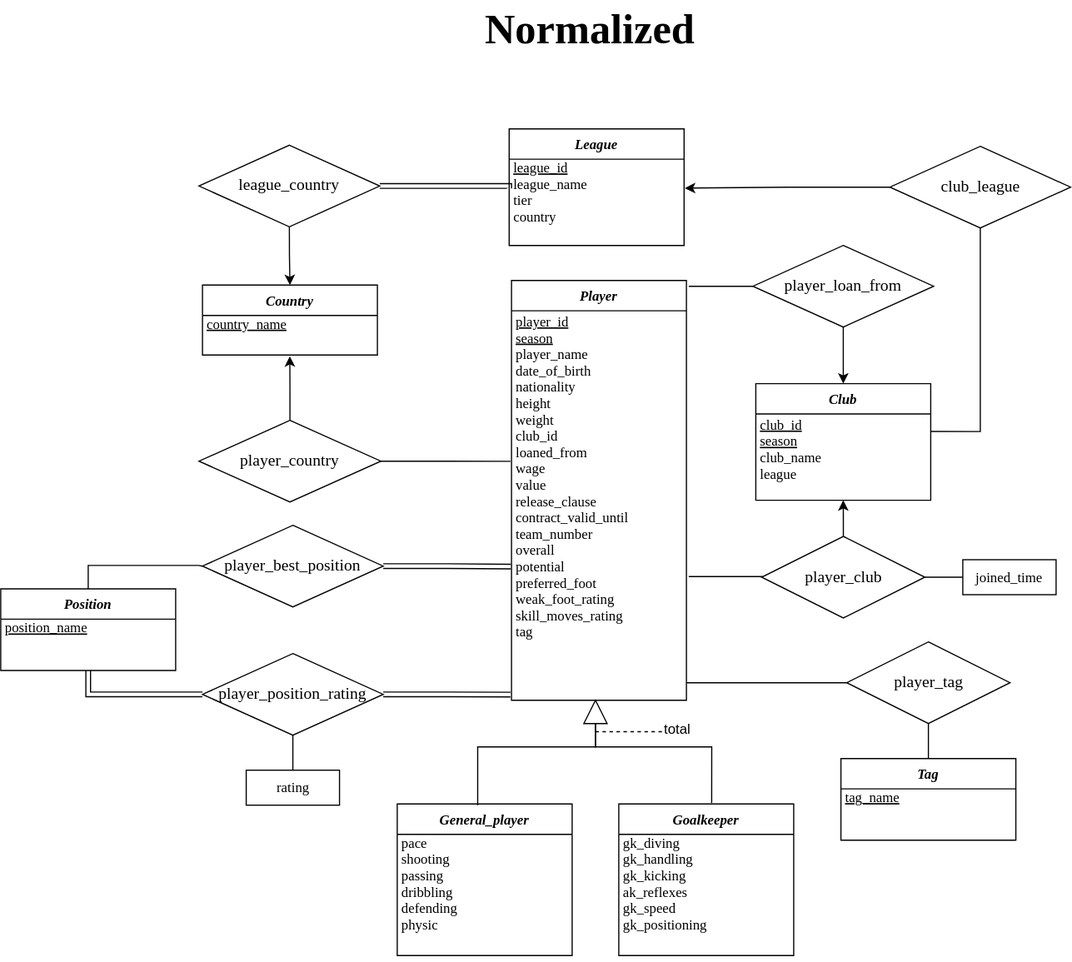
This is ERDs/ERD-normalized.svg from UndertakerW/FIFADB, a draw.io export, as it was before one commit. Source tidied: cells renumbered, new cells last; positions are measured from the earlier drawing's top-left corner, leaving out a move shared by most shapes.
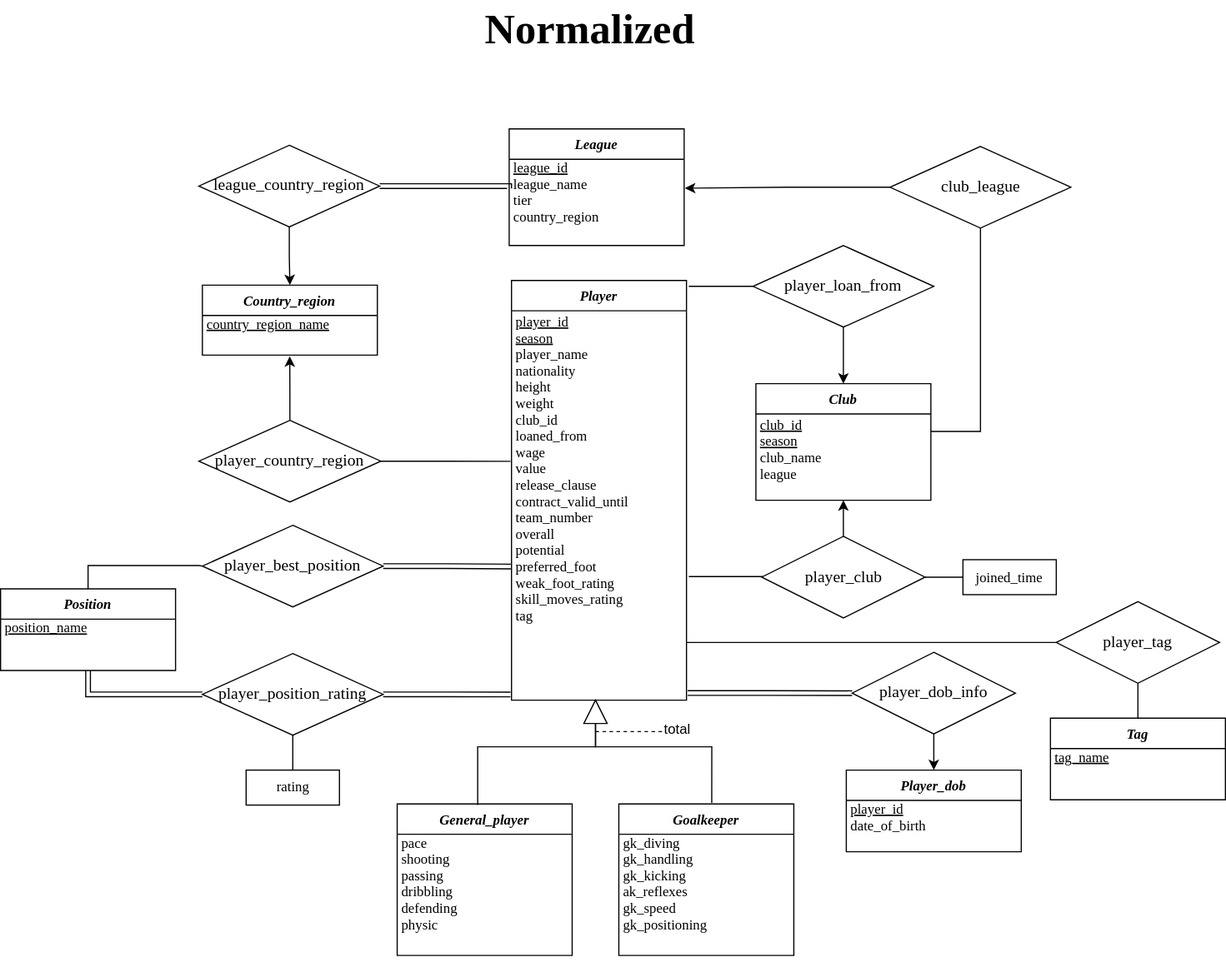
After the commit.

The edit, as a diff of the source:
```diff
@@ -8,7 +8,7 @@
     <mxCell id="3" value="player_id&#10;season" style="text;strokeColor=none;fillColor=none;align=left;verticalAlign=bottom;spacingLeft=4;spacingRight=4;overflow=hidden;fontFamily=Times New Roman;fontStyle=4;spacing=0;spacingTop=0;spacingBottom=-1;fontSize=12;labelBorderColor=none;" parent="2" vertex="1">
       <mxGeometry y="26" width="150" height="30" as="geometry" />
     </mxCell>
-    <mxCell id="4" value="player_name&#10;date_of_birth&#10;nationality&#10;height&#10;weight&#10;club_id&#10;loaned_from&#10;wage&#10;value&#10;release_clause&#10;contract_valid_until&#10;team_number&#10;overall&#10;potential&#10;preferred_foot&#10;weak_foot_rating&#10;skill_moves_rating&#10;tag" style="text;strokeColor=none;fillColor=none;align=left;verticalAlign=top;spacingLeft=4;spacingRight=4;overflow=hidden;points=[[0,0.5],[1,0.5]];portConstraint=eastwest;fontFamily=Times New Roman;fontStyle=0;spacing=0;spacingTop=-4;fontSize=12;labelBorderColor=none;" parent="2" vertex="1">
+    <mxCell id="4" value="player_name&#10;nationality&#10;height&#10;weight&#10;club_id&#10;loaned_from&#10;wage&#10;value&#10;release_clause&#10;contract_valid_until&#10;team_number&#10;overall&#10;potential&#10;preferred_foot&#10;weak_foot_rating&#10;skill_moves_rating&#10;tag" style="text;strokeColor=none;fillColor=none;align=left;verticalAlign=top;spacingLeft=4;spacingRight=4;overflow=hidden;points=[[0,0.5],[1,0.5]];portConstraint=eastwest;fontFamily=Times New Roman;fontStyle=0;spacing=0;spacingTop=-4;fontSize=12;labelBorderColor=none;" parent="2" vertex="1">
       <mxGeometry y="56" width="150" height="304" as="geometry" />
     </mxCell>
     <mxCell id="5" value="Normalized" style="text;html=1;align=center;verticalAlign=middle;strokeColor=none;fontFamily=Times New Roman;fontSize=36;fontStyle=1;" parent="1" vertex="1">
@@ -29,13 +29,13 @@
     <mxCell id="10" value="league_id" style="text;strokeColor=none;fillColor=none;align=left;verticalAlign=bottom;spacingLeft=4;spacingRight=4;overflow=hidden;fontFamily=Times New Roman;fontStyle=4;spacing=0;spacingTop=0;spacingBottom=-1;fontSize=12;labelBorderColor=none;" parent="9" vertex="1">
       <mxGeometry y="26" width="150" height="14" as="geometry" />
     </mxCell>
-    <mxCell id="11" value="league_name&#10;tier&#10;country" style="text;strokeColor=none;fillColor=none;align=left;verticalAlign=top;spacingLeft=4;spacingRight=4;overflow=hidden;points=[[0,0.5],[1,0.5]];portConstraint=eastwest;fontFamily=Times New Roman;fontStyle=0;spacing=0;spacingTop=-4;fontSize=12;labelBorderColor=none;" parent="9" vertex="1">
+    <mxCell id="11" value="league_name&#10;tier&#10;country_region" style="text;strokeColor=none;fillColor=none;align=left;verticalAlign=top;spacingLeft=4;spacingRight=4;overflow=hidden;points=[[0,0.5],[1,0.5]];portConstraint=eastwest;fontFamily=Times New Roman;fontStyle=0;spacing=0;spacingTop=-4;fontSize=12;labelBorderColor=none;" parent="9" vertex="1">
       <mxGeometry y="40" width="150" height="60" as="geometry" />
     </mxCell>
-    <mxCell id="12" value="Country" style="swimlane;fontStyle=3;horizontal=1;startSize=26;fillColor=none;fontFamily=Times New Roman;spacing=0;" parent="1" vertex="1">
+    <mxCell id="12" value="Country_region" style="swimlane;fontStyle=3;horizontal=1;startSize=26;fillColor=none;fontFamily=Times New Roman;spacing=0;" parent="1" vertex="1">
       <mxGeometry x="173" y="244" width="150" height="60" as="geometry" />
     </mxCell>
-    <mxCell id="13" value="country_name" style="text;strokeColor=none;fillColor=none;align=left;verticalAlign=bottom;spacingLeft=4;spacingRight=4;overflow=hidden;fontFamily=Times New Roman;fontStyle=4;spacing=0;spacingTop=0;spacingBottom=-1;fontSize=12;labelBorderColor=none;" parent="12" vertex="1">
+    <mxCell id="13" value="country_region_name" style="text;strokeColor=none;fillColor=none;align=left;verticalAlign=bottom;spacingLeft=4;spacingRight=4;overflow=hidden;fontFamily=Times New Roman;fontStyle=4;spacing=0;spacingTop=0;spacingBottom=-1;fontSize=12;labelBorderColor=none;" parent="12" vertex="1">
       <mxGeometry y="26" width="150" height="14" as="geometry" />
     </mxCell>
     <mxCell id="14" value=" " style="text;strokeColor=none;fillColor=none;align=left;verticalAlign=top;spacingLeft=4;spacingRight=4;overflow=hidden;fontFamily=Times New Roman;fontStyle=0;spacing=0;spacingTop=-4;fontSize=12;labelBorderColor=none;" parent="12" vertex="1">
@@ -66,7 +66,7 @@
       <mxGeometry relative="1" as="geometry" />
     </mxCell>
     <mxCell id="21" value="Tag" style="swimlane;fontStyle=3;horizontal=1;startSize=26;fillColor=none;fontFamily=Times New Roman;spacing=0;" parent="1" vertex="1">
-      <mxGeometry x="720.5" y="650" width="150" height="70" as="geometry" />
+      <mxGeometry x="900" y="615.5" width="150" height="70" as="geometry" />
     </mxCell>
     <mxCell id="22" value="tag_name" style="text;strokeColor=none;fillColor=none;align=left;verticalAlign=bottom;spacingLeft=4;spacingRight=4;overflow=hidden;fontFamily=Times New Roman;fontStyle=4;spacing=0;spacingTop=0;spacingBottom=-1;fontSize=12;labelBorderColor=none;" parent="21" vertex="1">
       <mxGeometry y="26" width="150" height="14" as="geometry" />
@@ -124,7 +124,7 @@
     <mxCell id="36" style="edgeStyle=orthogonalEdgeStyle;rounded=0;jettySize=auto;html=1;exitX=0.5;exitY=1;exitDx=0;exitDy=0;entryX=0.5;entryY=0;entryDx=0;entryDy=0;fontFamily=Times New Roman;fontSize=12;startArrow=none;startFill=0;endArrow=classic;endFill=1;strokeColor=#000000;" parent="1" edge="1" source="37" target="12">
       <mxGeometry relative="1" as="geometry" />
     </mxCell>
-    <mxCell id="37" value="&lt;span style=&quot;font-size: 14px&quot;&gt;league_country&lt;/span&gt;" style="shape=rhombus;perimeter=rhombusPerimeter;whiteSpace=wrap;html=1;align=center;fontFamily=Times New Roman;fontSize=12;" parent="1" vertex="1">
+    <mxCell id="37" value="&lt;span style=&quot;font-size: 14px&quot;&gt;league_country_&lt;/span&gt;&lt;span style=&quot;font-size: 14px&quot;&gt;region&lt;/span&gt;" style="shape=rhombus;perimeter=rhombusPerimeter;whiteSpace=wrap;html=1;align=center;fontFamily=Times New Roman;fontSize=12;" parent="1" vertex="1">
       <mxGeometry x="170" y="124" width="155" height="70" as="geometry" />
     </mxCell>
     <mxCell id="38" style="edgeStyle=orthogonalEdgeStyle;rounded=0;jettySize=auto;html=1;fontFamily=Times New Roman;fontSize=12;startArrow=none;startFill=0;endArrow=none;endFill=0;strokeColor=#000000;entryX=-0.006;entryY=0.326;entryDx=0;entryDy=0;entryPerimeter=0;" parent="1" edge="1" source="40" target="4">
@@ -135,7 +135,7 @@
         <mxPoint x="247.9" y="305" as="targetPoint" />
       </mxGeometry>
     </mxCell>
-    <mxCell id="40" value="&lt;span style=&quot;font-size: 14px&quot;&gt;player_country&lt;/span&gt;" style="shape=rhombus;perimeter=rhombusPerimeter;whiteSpace=wrap;html=1;align=center;fontFamily=Times New Roman;fontSize=12;" parent="1" vertex="1">
+    <mxCell id="40" value="&lt;span style=&quot;font-size: 14px&quot;&gt;player_country_&lt;/span&gt;&lt;span style=&quot;font-size: 14px&quot;&gt;region&lt;/span&gt;" style="shape=rhombus;perimeter=rhombusPerimeter;whiteSpace=wrap;html=1;align=center;fontFamily=Times New Roman;fontSize=12;" parent="1" vertex="1">
       <mxGeometry x="170" y="360" width="156" height="70" as="geometry" />
     </mxCell>
     <mxCell id="41" style="edgeStyle=orthogonalEdgeStyle;rounded=0;jettySize=auto;html=1;exitX=0.5;exitY=0;exitDx=0;exitDy=0;entryX=0;entryY=0.5;entryDx=0;entryDy=0;fontFamily=Times New Roman;fontSize=12;startArrow=none;startFill=0;endArrow=none;endFill=0;strokeColor=#000000;" parent="1" edge="1" source="43" target="47">
@@ -176,11 +176,15 @@
       <mxGeometry x="210.5" y="660" width="80" height="30" as="geometry" />
     </mxCell>
     <mxCell id="52" value="&lt;font style=&quot;font-size: 14px&quot;&gt;player_tag&lt;/font&gt;" style="shape=rhombus;perimeter=rhombusPerimeter;whiteSpace=wrap;html=1;align=center;fontFamily=Times New Roman;fontSize=12;" parent="1" vertex="1">
-      <mxGeometry x="725.5" y="550" width="140" height="70" as="geometry" />
+      <mxGeometry x="905" y="515.5" width="140" height="70" as="geometry" />
     </mxCell>
     <mxCell id="53" style="edgeStyle=orthogonalEdgeStyle;rounded=0;jettySize=auto;html=1;entryX=0;entryY=0.5;entryDx=0;entryDy=0;fontFamily=Times New Roman;fontSize=12;startArrow=none;startFill=0;endArrow=none;endFill=0;strokeColor=#000000;" parent="1" edge="1" target="52">
       <mxGeometry relative="1" as="geometry">
-        <mxPoint x="588" y="585" as="sourcePoint" />
+        <mxPoint x="588" y="550" as="sourcePoint" />
+        <Array as="points">
+          <mxPoint x="588" y="550" />
+          <mxPoint x="905" y="550" />
+        </Array>
       </mxGeometry>
     </mxCell>
     <mxCell id="54" style="endArrow=none;dashed=1;html=1;" parent="1" edge="1">
@@ -205,5 +209,23 @@
     <mxCell id="57" style="triangle;whiteSpace=wrap;html=1;rotation=-90;" parent="1" vertex="1">
       <mxGeometry x="500" y="600" width="20" height="20" as="geometry" />
     </mxCell>
+    <mxCell id="58" value="Player_dob" style="swimlane;fontStyle=3;horizontal=1;startSize=26;fillColor=none;fontFamily=Times New Roman;spacing=0;" parent="1" vertex="1">
+      <mxGeometry x="725" y="660" width="150" height="70" as="geometry" />
+    </mxCell>
+    <mxCell id="59" value="player_id" style="text;strokeColor=none;fillColor=none;align=left;verticalAlign=bottom;spacingLeft=4;spacingRight=4;overflow=hidden;fontFamily=Times New Roman;fontStyle=4;spacing=0;spacingTop=0;spacingBottom=-1;fontSize=12;labelBorderColor=none;" parent="58" vertex="1">
+      <mxGeometry y="26" width="150" height="14" as="geometry" />
+    </mxCell>
+    <mxCell id="60" value="date_of_birth" style="text;strokeColor=none;fillColor=none;align=left;verticalAlign=top;spacingLeft=4;spacingRight=4;overflow=hidden;fontFamily=Times New Roman;fontStyle=0;spacing=0;spacingTop=-4;fontSize=12;labelBorderColor=none;" parent="58" vertex="1">
+      <mxGeometry y="40" width="150" height="30" as="geometry" />
+    </mxCell>
+    <mxCell id="61" style="edgeStyle=orthogonalEdgeStyle;rounded=0;jettySize=auto;html=1;exitX=0.5;exitY=1;exitDx=0;exitDy=0;entryX=0.5;entryY=0;entryDx=0;entryDy=0;" parent="1" edge="1" source="62" target="58">
+      <mxGeometry relative="1" as="geometry" />
+    </mxCell>
+    <mxCell id="62" value="&lt;font style=&quot;font-size: 14px&quot;&gt;player_dob_info&lt;/font&gt;" style="shape=rhombus;perimeter=rhombusPerimeter;whiteSpace=wrap;html=1;align=center;fontFamily=Times New Roman;fontSize=12;" parent="1" vertex="1">
+      <mxGeometry x="730" y="559" width="140" height="70" as="geometry" />
+    </mxCell>
+    <mxCell id="63" style="edgeStyle=orthogonalEdgeStyle;rounded=0;jettySize=auto;html=1;entryX=0;entryY=0.5;entryDx=0;entryDy=0;exitX=1.007;exitY=0.98;exitDx=0;exitDy=0;exitPerimeter=0;shape=link;" parent="1" edge="1" source="4" target="62">
+      <mxGeometry relative="1" as="geometry" />
+    </mxCell>
   </root>
 </mxGraphModel>
```
